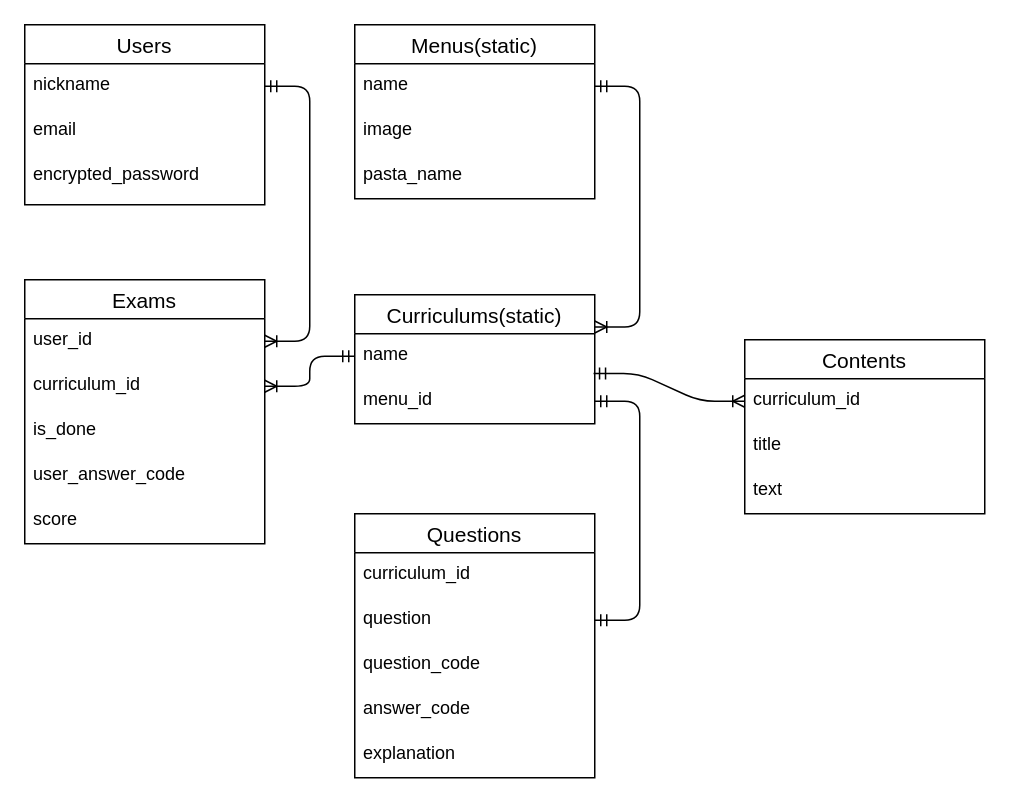
turtlekazu/rigate-app keeps this draw.io diagram as rigate.dio. Above is the earlier version. Source tidied: cells renumbered, new cells numbered last; positions are measured from the earlier drawing's top-left corner, leaving out a move shared by most shapes. Both pictures are drawn from the tidied source at 150%, with x=0, y=0 at pixel (24, 24).
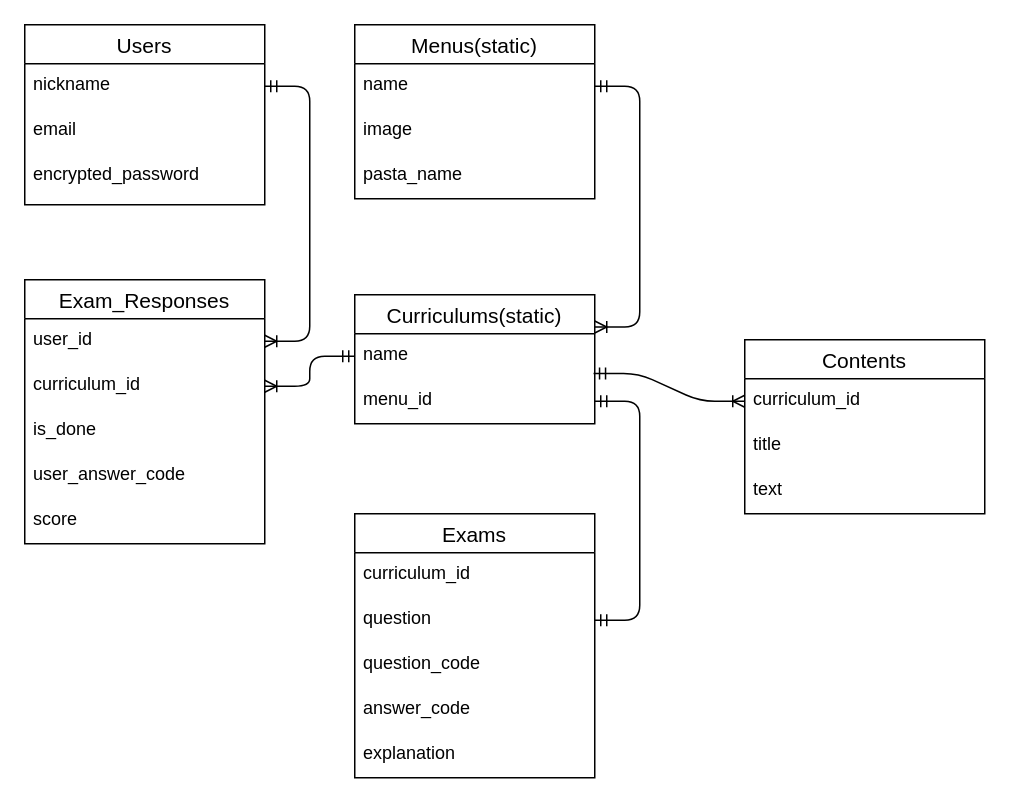
After the change.

Change to the diagram source:
```diff
@@
-    <mxCell id="15" value="Exams" style="swimlane;fontStyle=0;horizontal=1;startSize=26;align=center;fontSize=14;" parent="1" vertex="1">
+    <mxCell id="15" value="Exam_Responses" style="swimlane;fontStyle=0;horizontal=1;startSize=26;align=center;fontSize=14;" parent="1" vertex="1">
       <mxGeometry y="170" width="160" height="176" as="geometry" />
     </mxCell>
@@
-    <mxCell id="26" value="Questions" style="swimlane;fontStyle=0;horizontal=1;startSize=26;align=center;fontSize=14;" parent="1" vertex="1">
+    <mxCell id="26" value="Exams" style="swimlane;fontStyle=0;horizontal=1;startSize=26;align=center;fontSize=14;" parent="1" vertex="1">
       <mxGeometry x="220" y="326" width="160" height="176" as="geometry" />
     </mxCell>
```
